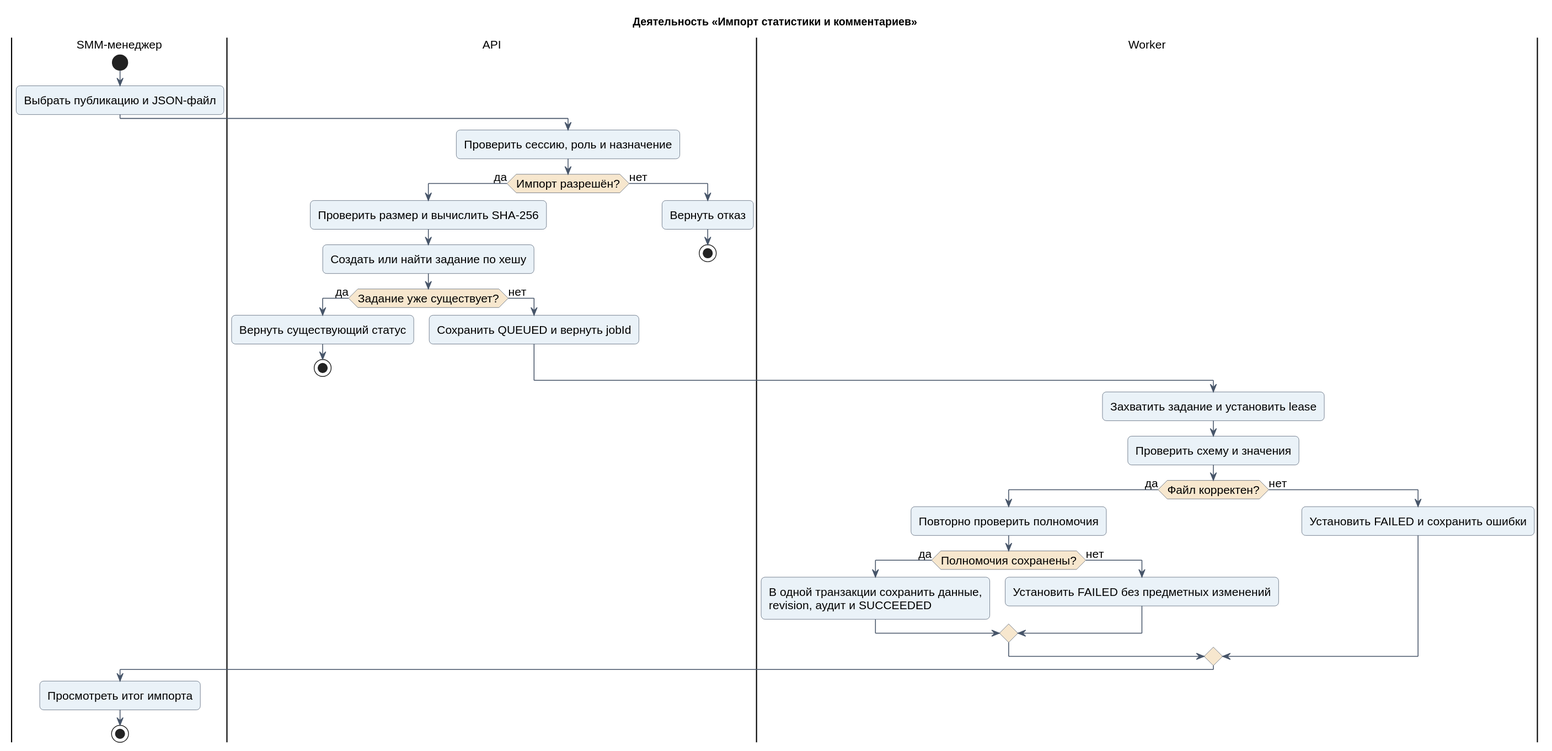
Earlier version of the PlantUML export reports/coursework_umls/Курсовая_SMM_Analyzer/03_Диаграммы/ACT_01_Импорт.svg (whoisbubble/typest_report).
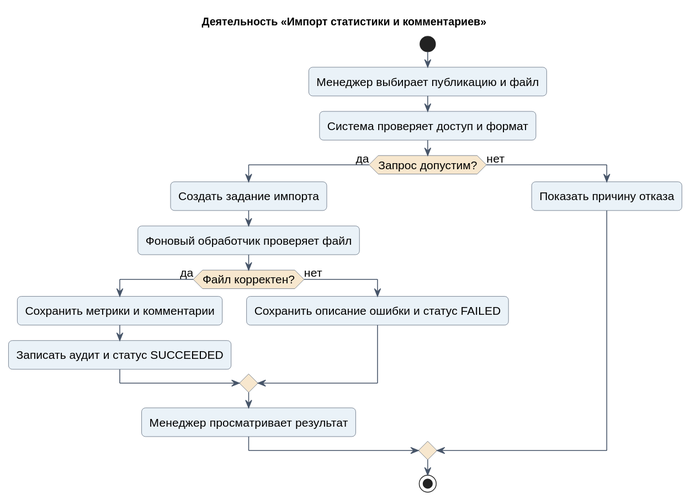
The same file after the commit.

Diff of the diagram source:
```diff
@@ -2,41 +2,21 @@
 !include common.puml
 title Деятельность «Импорт статистики и комментариев»
 
-|SMM-менеджер|
 start
-:Выбрать публикацию и JSON-файл;
-
-|API|
-:Проверить сессию, роль и назначение;
-if (Импорт разрешён?) then (да)
-  :Проверить размер и вычислить SHA-256;
-  :Создать или найти задание по хешу;
-  if (Задание уже существует?) then (да)
-    :Вернуть существующий статус;
-    stop
+:Менеджер выбирает публикацию и файл;
+:Система проверяет доступ и формат;
+if (Запрос допустим?) then (да)
+  :Создать задание импорта;
+  :Фоновый обработчик проверяет файл;
+  if (Файл корректен?) then (да)
+    :Сохранить метрики и комментарии;
+    :Записать аудит и статус SUCCEEDED;
   else (нет)
-    :Сохранить QUEUED и вернуть jobId;
+    :Сохранить описание ошибки и статус FAILED;
   endif
+  :Менеджер просматривает результат;
 else (нет)
-  :Вернуть отказ;
-  stop
+  :Показать причину отказа;
 endif
-
-|Worker|
-:Захватить задание и установить lease;
-:Проверить схему и значения;
-if (Файл корректен?) then (да)
-  :Повторно проверить полномочия;
-  if (Полномочия сохранены?) then (да)
-    :В одной транзакции сохранить данные,\nrevision, аудит и SUCCEEDED;
-  else (нет)
-    :Установить FAILED без предметных изменений;
-  endif
-else (нет)
-  :Установить FAILED и сохранить ошибки;
-endif
-
-|SMM-менеджер|
-:Просмотреть итог импорта;
 stop
 @enduml
```
